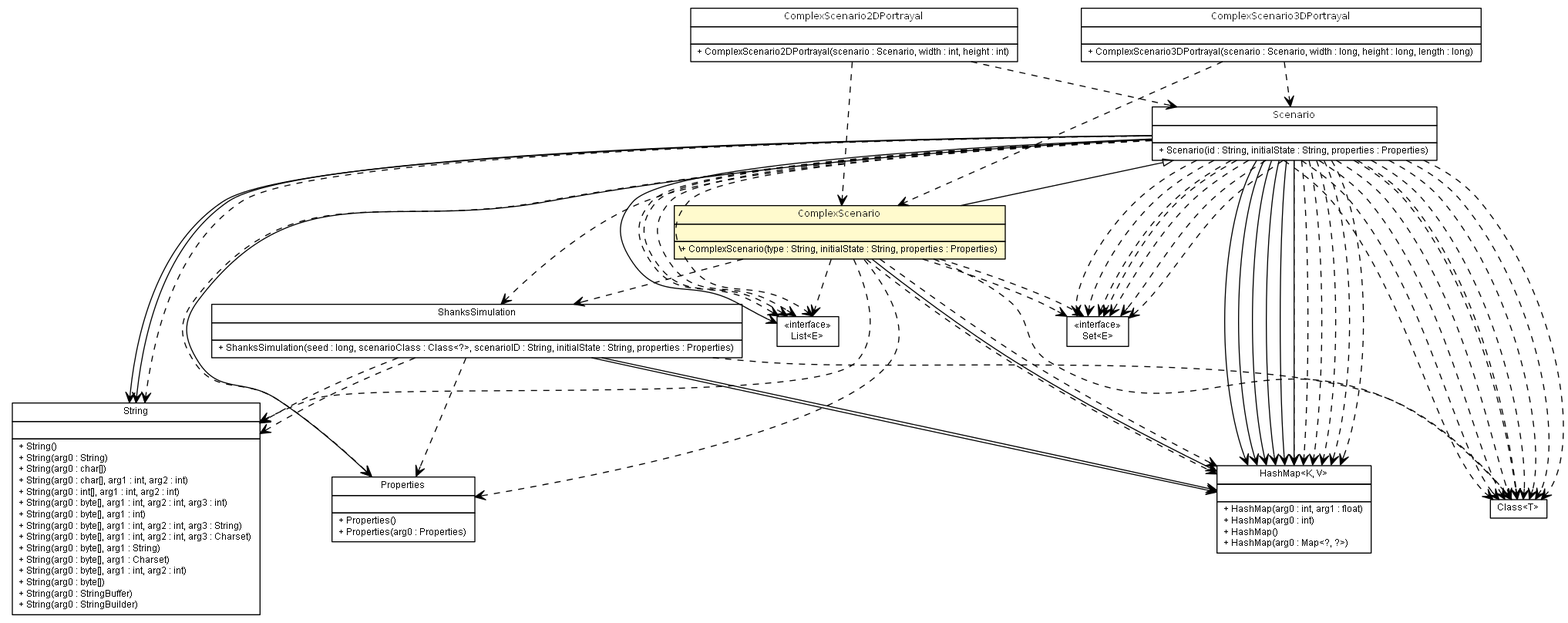
Before: apidocs/es/upm/dit/gsi/shanks/model/scenario/ComplexScenario.png, a diagram exported from Graphviz (gsi-upm/Shanks). Its source is kept beside it as apidocs/es/upm/dit/gsi/shanks/model/scenario/ComplexScenario.dot.
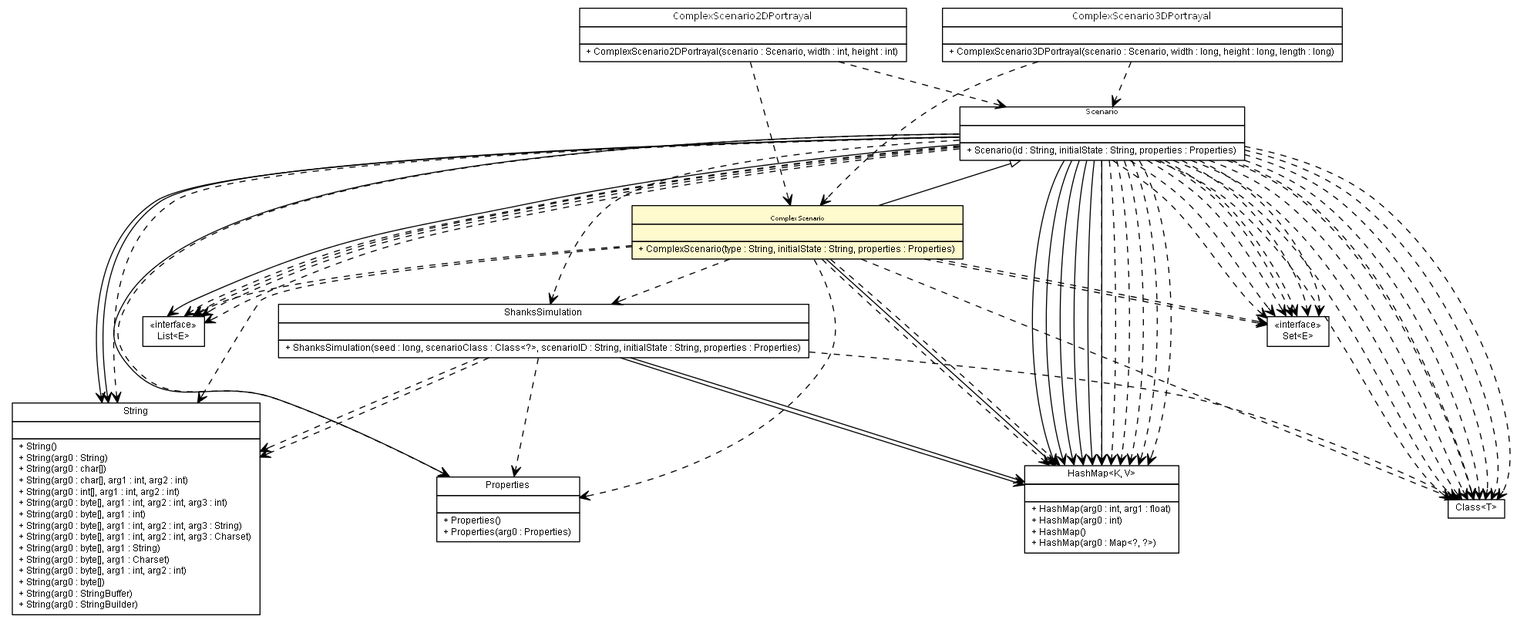
The same file after the commit.

Diff of the diagram source:
```diff
@@ -74,53 +74,53 @@
 	c6481:p -> c6485:p [taillabel="", label="", headlabel="", fontname="arial", fontcolor="black", fontsize=10.0, color="black", arrowhead=open];
 	c6481:p -> c6485:p [taillabel="", label="", headlabel="", fontname="arial", fontcolor="black", fontsize=10.0, color="black", arrowhead=open];
 	c6456:p -> c6486:p [taillabel="", label="", headlabel="", fontname="arial", fontcolor="black", fontsize=10.0, color="black", arrowhead=open, style=dashed];
-	c6456:p -> c6483:p [taillabel="", label="", headlabel="", fontname="arial", fontcolor="black", fontsize=10.0, color="black", arrowhead=open, style=dashed];
+	c6456:p -> c6484:p [taillabel="", label="", headlabel="", fontname="arial", fontcolor="black", fontsize=10.0, color="black", arrowhead=open, style=dashed];
 	c6456:p -> c6486:p [taillabel="", label="", headlabel="", fontname="arial", fontcolor="black", fontsize=10.0, color="black", arrowhead=open, style=dashed];
-	c6456:p -> c6487:p [taillabel="", label="", headlabel="", fontname="arial", fontcolor="black", fontsize=10.0, color="black", arrowhead=open, style=dashed];
-	c6456:p -> c6486:p [taillabel="", label="", headlabel="", fontname="arial", fontcolor="black", fontsize=10.0, color="black", arrowhead=open, style=dashed];
-	c6456:p -> c6482:p [taillabel="", label="", headlabel="", fontname="arial", fontcolor="black", fontsize=10.0, color="black", arrowhead=open, style=dashed];
-	c6456:p -> c6487:p [taillabel="", label="", headlabel="", fontname="arial", fontcolor="black", fontsize=10.0, color="black", arrowhead=open, style=dashed];
-	c6456:p -> c6484:p [taillabel="", label="", headlabel="", fontname="arial", fontcolor="black", fontsize=10.0, color="black", arrowhead=open, style=dashed];
-	c6456:p -> c6481:p [taillabel="", label="", headlabel="", fontname="arial", fontcolor="black", fontsize=10.0, color="black", arrowhead=open, style=dashed];
 	c6456:p -> c6485:p [taillabel="", label="", headlabel="", fontname="arial", fontcolor="black", fontsize=10.0, color="black", arrowhead=open, style=dashed];
-	c6456:p -> c6487:p [taillabel="", label="", headlabel="", fontname="arial", fontcolor="black", fontsize=10.0, color="black", arrowhead=open, style=dashed];
-	c6456:p -> c6487:p [taillabel="", label="", headlabel="", fontname="arial", fontcolor="black", fontsize=10.0, color="black", arrowhead=open, style=dashed];
-	c6456:p -> c6484:p [taillabel="", label="", headlabel="", fontname="arial", fontcolor="black", fontsize=10.0, color="black", arrowhead=open, style=dashed];
 	c6456:p -> c6485:p [taillabel="", label="", headlabel="", fontname="arial", fontcolor="black", fontsize=10.0, color="black", arrowhead=open, style=dashed];
-	c6456:p -> c6484:p [taillabel="", label="", headlabel="", fontname="arial", fontcolor="black", fontsize=10.0, color="black", arrowhead=open, style=dashed];
-	c6456:p -> c6487:p [taillabel="", label="", headlabel="", fontname="arial", fontcolor="black", fontsize=10.0, color="black", arrowhead=open, style=dashed];
 	c6456:p -> c6487:p [taillabel="", label="", headlabel="", fontname="arial", fontcolor="black", fontsize=10.0, color="black", arrowhead=open, style=dashed];
 	c6456:p -> c6486:p [taillabel="", label="", headlabel="", fontname="arial", fontcolor="black", fontsize=10.0, color="black", arrowhead=open, style=dashed];
 	c6456:p -> c6486:p [taillabel="", label="", headlabel="", fontname="arial", fontcolor="black", fontsize=10.0, color="black", arrowhead=open, style=dashed];
 	c6456:p -> c6484:p [taillabel="", label="", headlabel="", fontname="arial", fontcolor="black", fontsize=10.0, color="black", arrowhead=open, style=dashed];
+	c6456:p -> c6487:p [taillabel="", label="", headlabel="", fontname="arial", fontcolor="black", fontsize=10.0, color="black", arrowhead=open, style=dashed];
 	c6456:p -> c6485:p [taillabel="", label="", headlabel="", fontname="arial", fontcolor="black", fontsize=10.0, color="black", arrowhead=open, style=dashed];
 	c6456:p -> c6487:p [taillabel="", label="", headlabel="", fontname="arial", fontcolor="black", fontsize=10.0, color="black", arrowhead=open, style=dashed];
 	c6456:p -> c6486:p [taillabel="", label="", headlabel="", fontname="arial", fontcolor="black", fontsize=10.0, color="black", arrowhead=open, style=dashed];
+	c6456:p -> c6485:p [taillabel="", label="", headlabel="", fontname="arial", fontcolor="black", fontsize=10.0, color="black", arrowhead=open, style=dashed];
+	c6456:p -> c6483:p [taillabel="", label="", headlabel="", fontname="arial", fontcolor="black", fontsize=10.0, color="black", arrowhead=open, style=dashed];
 	c6456:p -> c6487:p [taillabel="", label="", headlabel="", fontname="arial", fontcolor="black", fontsize=10.0, color="black", arrowhead=open, style=dashed];
+	c6456:p -> c6482:p [taillabel="", label="", headlabel="", fontname="arial", fontcolor="black", fontsize=10.0, color="black", arrowhead=open, style=dashed];
+	c6456:p -> c6486:p [taillabel="", label="", headlabel="", fontname="arial", fontcolor="black", fontsize=10.0, color="black", arrowhead=open, style=dashed];
 	c6456:p -> c6486:p [taillabel="", label="", headlabel="", fontname="arial", fontcolor="black", fontsize=10.0, color="black", arrowhead=open, style=dashed];
 	c6456:p -> c6487:p [taillabel="", label="", headlabel="", fontname="arial", fontcolor="black", fontsize=10.0, color="black", arrowhead=open, style=dashed];
 	c6456:p -> c6485:p [taillabel="", label="", headlabel="", fontname="arial", fontcolor="black", fontsize=10.0, color="black", arrowhead=open, style=dashed];
+	c6456:p -> c6486:p [taillabel="", label="", headlabel="", fontname="arial", fontcolor="black", fontsize=10.0, color="black", arrowhead=open, style=dashed];
+	c6456:p -> c6487:p [taillabel="", label="", headlabel="", fontname="arial", fontcolor="black", fontsize=10.0, color="black", arrowhead=open, style=dashed];
+	c6456:p -> c6486:p [taillabel="", label="", headlabel="", fontname="arial", fontcolor="black", fontsize=10.0, color="black", arrowhead=open, style=dashed];
 	c6456:p -> c6485:p [taillabel="", label="", headlabel="", fontname="arial", fontcolor="black", fontsize=10.0, color="black", arrowhead=open, style=dashed];
-	c6456:p -> c6485:p [taillabel="", label="", headlabel="", fontname="arial", fontcolor="black", fontsize=10.0, color="black", arrowhead=open, style=dashed];
+	c6456:p -> c6481:p [taillabel="", label="", headlabel="", fontname="arial", fontcolor="black", fontsize=10.0, color="black", arrowhead=open, style=dashed];
+	c6456:p -> c6484:p [taillabel="", label="", headlabel="", fontname="arial", fontcolor="black", fontsize=10.0, color="black", arrowhead=open, style=dashed];
+	c6456:p -> c6486:p [taillabel="", label="", headlabel="", fontname="arial", fontcolor="black", fontsize=10.0, color="black", arrowhead=open, style=dashed];
 	c6456:p -> c6487:p [taillabel="", label="", headlabel="", fontname="arial", fontcolor="black", fontsize=10.0, color="black", arrowhead=open, style=dashed];
+	c6456:p -> c6484:p [taillabel="", label="", headlabel="", fontname="arial", fontcolor="black", fontsize=10.0, color="black", arrowhead=open, style=dashed];
+	c6457:p -> c6485:p [taillabel="", label="", headlabel="", fontname="arial", fontcolor="black", fontsize=10.0, color="black", arrowhead=open, style=dashed];
+	c6457:p -> c6481:p [taillabel="", label="", headlabel="", fontname="arial", fontcolor="black", fontsize=10.0, color="black", arrowhead=open, style=dashed];
+	c6457:p -> c6486:p [taillabel="", label="", headlabel="", fontname="arial", fontcolor="black", fontsize=10.0, color="black", arrowhead=open, style=dashed];
+	c6457:p -> c6484:p [taillabel="", label="", headlabel="", fontname="arial", fontcolor="black", fontsize=10.0, color="black", arrowhead=open, style=dashed];
 	c6457:p -> c6482:p [taillabel="", label="", headlabel="", fontname="arial", fontcolor="black", fontsize=10.0, color="black", arrowhead=open, style=dashed];
 	c6457:p -> c6485:p [taillabel="", label="", headlabel="", fontname="arial", fontcolor="black", fontsize=10.0, color="black", arrowhead=open, style=dashed];
-	c6457:p -> c6481:p [taillabel="", label="", headlabel="", fontname="arial", fontcolor="black", fontsize=10.0, color="black", arrowhead=open, style=dashed];
-	c6457:p -> c6484:p [taillabel="", label="", headlabel="", fontname="arial", fontcolor="black", fontsize=10.0, color="black", arrowhead=open, style=dashed];
+	c6457:p -> c6487:p [taillabel="", label="", headlabel="", fontname="arial", fontcolor="black", fontsize=10.0, color="black", arrowhead=open, style=dashed];
+	c6457:p -> c6487:p [taillabel="", label="", headlabel="", fontname="arial", fontcolor="black", fontsize=10.0, color="black", arrowhead=open, style=dashed];
 	c6457:p -> c6483:p [taillabel="", label="", headlabel="", fontname="arial", fontcolor="black", fontsize=10.0, color="black", arrowhead=open, style=dashed];
-	c6457:p -> c6485:p [taillabel="", label="", headlabel="", fontname="arial", fontcolor="black", fontsize=10.0, color="black", arrowhead=open, style=dashed];
-	c6457:p -> c6486:p [taillabel="", label="", headlabel="", fontname="arial", fontcolor="black", fontsize=10.0, color="black", arrowhead=open, style=dashed];
-	c6457:p -> c6486:p [taillabel="", label="", headlabel="", fontname="arial", fontcolor="black", fontsize=10.0, color="black", arrowhead=open, style=dashed];
-	c6457:p -> c6487:p [taillabel="", label="", headlabel="", fontname="arial", fontcolor="black", fontsize=10.0, color="black", arrowhead=open, style=dashed];
+	c6467:p -> c6457:p [taillabel="", label="", headlabel="", fontname="arial", fontcolor="black", fontsize=10.0, color="black", arrowhead=open, style=dashed];
 	c6467:p -> c6456:p [taillabel="", label="", headlabel="", fontname="arial", fontcolor="black", fontsize=10.0, color="black", arrowhead=open, style=dashed];
-	c6467:p -> c6457:p [taillabel="", label="", headlabel="", fontname="arial", fontcolor="black", fontsize=10.0, color="black", arrowhead=open, style=dashed];
+	c6468:p -> c6457:p [taillabel="", label="", headlabel="", fontname="arial", fontcolor="black", fontsize=10.0, color="black", arrowhead=open, style=dashed];
 	c6468:p -> c6456:p [taillabel="", label="", headlabel="", fontname="arial", fontcolor="black", fontsize=10.0, color="black", arrowhead=open, style=dashed];
-	c6468:p -> c6457:p [taillabel="", label="", headlabel="", fontname="arial", fontcolor="black", fontsize=10.0, color="black", arrowhead=open, style=dashed];
-	c6481:p -> c6487:p [taillabel="", label="", headlabel="", fontname="arial", fontcolor="black", fontsize=10.0, color="black", arrowhead=open, style=dashed];
-	c6481:p -> c6483:p [taillabel="", label="", headlabel="", fontname="arial", fontcolor="black", fontsize=10.0, color="black", arrowhead=open, style=dashed];
 	c6481:p -> c6482:p [taillabel="", label="", headlabel="", fontname="arial", fontcolor="black", fontsize=10.0, color="black", arrowhead=open, style=dashed];
 	c6481:p -> c6482:p [taillabel="", label="", headlabel="", fontname="arial", fontcolor="black", fontsize=10.0, color="black", arrowhead=open, style=dashed];
-	c6487 [label=<<table title="java.lang.Class" border="0" cellborder="1" cellspacing="0" cellpadding="2" port="p" href="http://java.sun.com/j2se/1.4.2/docs/api/java/lang/Class.html">
+	c6481:p -> c6486:p [taillabel="", label="", headlabel="", fontname="arial", fontcolor="black", fontsize=10.0, color="black", arrowhead=open, style=dashed];
+	c6481:p -> c6483:p [taillabel="", label="", headlabel="", fontname="arial", fontcolor="black", fontsize=10.0, color="black", arrowhead=open, style=dashed];
+	c6486 [label=<<table title="java.lang.Class" border="0" cellborder="1" cellspacing="0" cellpadding="2" port="p" href="http://java.sun.com/j2se/1.4.2/docs/api/java/lang/Class.html">
 		<tr><td><table border="0" cellspacing="0" cellpadding="1">
 <tr><td align="center" balign="center"> Class&lt;T&gt; </td></tr>
 		</table></td></tr>
@@ -157,7 +157,7 @@
 <tr><td align="left" balign="left"> + HashMap(arg0 : Map&lt;?, ?&gt;) </td></tr>
 		</table></td></tr>
 		</table>>, fontname="arial", fontcolor="black", fontsize=9.0];
-	c6486 [label=<<table title="java.util.Set" border="0" cellborder="1" cellspacing="0" cellpadding="2" port="p" href="http://java.sun.com/j2se/1.4.2/docs/api/java/util/Set.html">
+	c6487 [label=<<table title="java.util.Set" border="0" cellborder="1" cellspacing="0" cellpadding="2" port="p" href="http://java.sun.com/j2se/1.4.2/docs/api/java/util/Set.html">
 		<tr><td><table border="0" cellspacing="0" cellpadding="1">
 <tr><td align="center" balign="center"> &#171;interface&#187; </td></tr>
 <tr><td align="center" balign="center"> Set&lt;E&gt; </td></tr>
```
